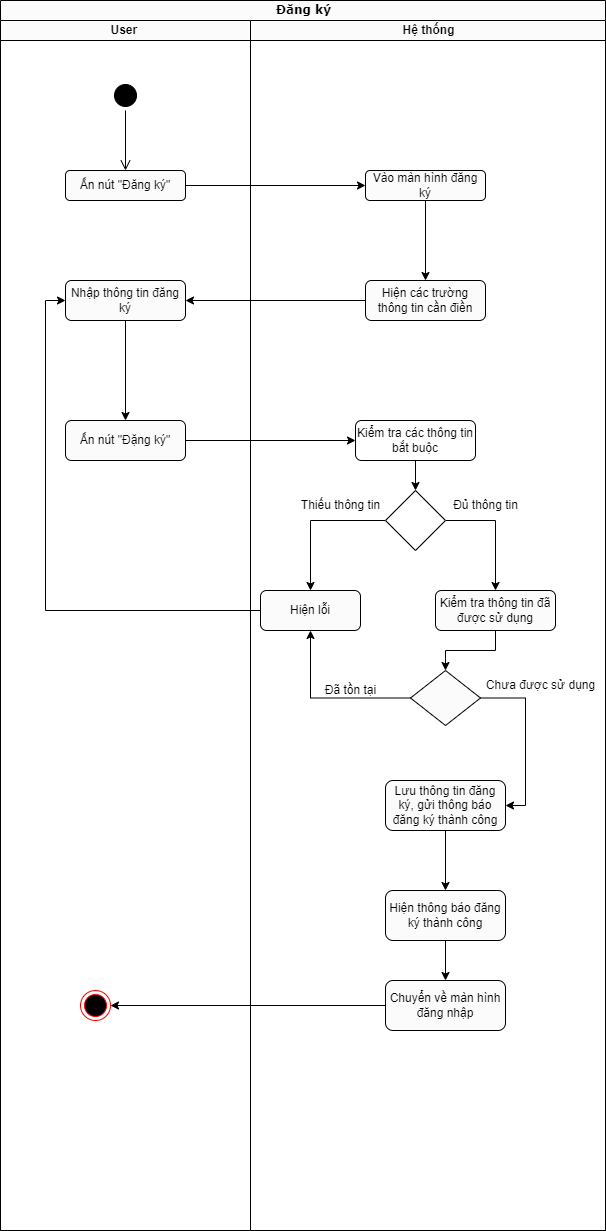
Earlier version of the draw.io export activity diagram/đăng ký.drawio.png (kienndhn/draw-io). Source tidied: cells renumbered, new cells last; positions are measured from the earlier drawing's top-left corner, leaving out a move shared by most shapes.
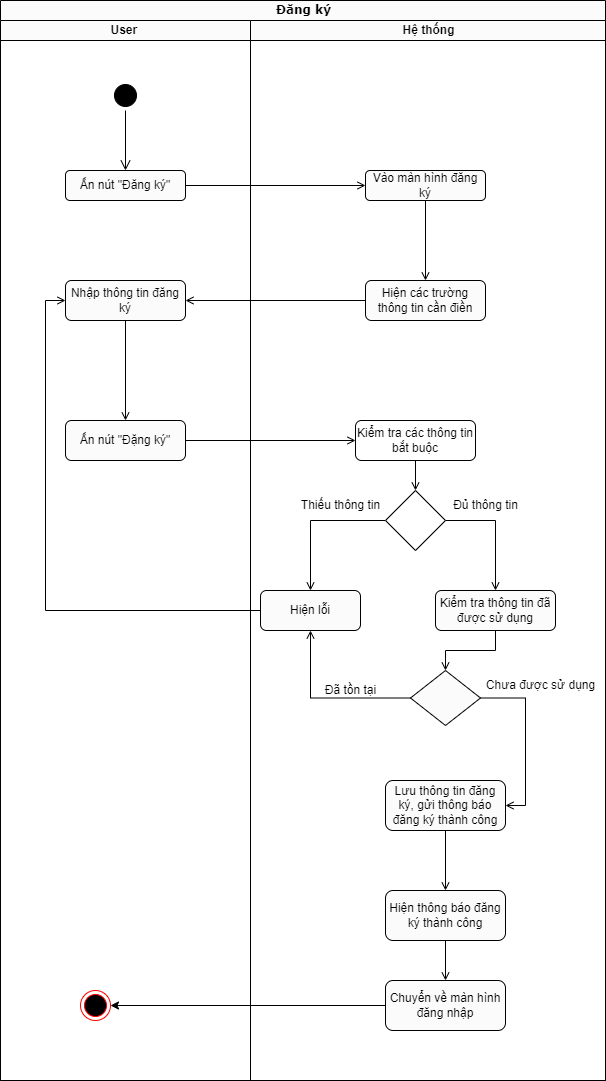
After the commit.

Diff of the diagram source:
```diff
@@ -3,10 +3,10 @@
     <mxCell id="0" />
     <mxCell id="1" parent="0" />
     <mxCell id="2" value="Đăng ký" style="swimlane;html=1;startSize=20;rounded=0;shadow=0;comic=0;labelBackgroundColor=none;strokeWidth=1;fontFamily=Verdana;fontSize=12;align=center;" parent="1" vertex="1">
-      <mxGeometry width="605" height="1230" as="geometry" />
+      <mxGeometry width="605" height="1080" as="geometry" />
     </mxCell>
     <mxCell id="3" value="User&amp;nbsp;" style="swimlane;html=1;startSize=20;" parent="2" vertex="1">
-      <mxGeometry y="20" width="250" height="1210" as="geometry" />
+      <mxGeometry y="20" width="250" height="1060" as="geometry" />
     </mxCell>
     <mxCell id="4" style="ellipse;html=1;shape=startState;fillColor=#000000;strokeColor=#000000;" parent="3" vertex="1">
       <mxGeometry x="110" y="60" width="30" height="30" as="geometry" />
@@ -19,7 +19,7 @@
     <mxCell id="6" value="Ấn nút &quot;Đăng ký&quot;" style="rounded=1;whiteSpace=wrap;html=1;" parent="3" vertex="1">
       <mxGeometry x="65" y="150" width="120" height="30" as="geometry" />
     </mxCell>
-    <mxCell id="7" style="edgeStyle=orthogonalEdgeStyle;rounded=0;jettySize=auto;html=1;entryX=0.5;entryY=0;entryDx=0;entryDy=0;strokeColor=#000000;" parent="3" edge="1" source="8" target="9">
+    <mxCell id="7" style="edgeStyle=orthogonalEdgeStyle;rounded=0;jettySize=auto;html=1;entryX=0.5;entryY=0;entryDx=0;entryDy=0;strokeColor=#000000;endArrow=open;endFill=0;" parent="3" edge="1" source="8" target="9">
       <mxGeometry relative="1" as="geometry" />
     </mxCell>
     <mxCell id="8" value="Nhập thông tin đăng ký" style="rounded=1;whiteSpace=wrap;html=1;strokeColor=#000000;" parent="3" vertex="1">
@@ -32,9 +32,9 @@
       <mxGeometry x="80" y="970" width="30" height="30" as="geometry" />
     </mxCell>
     <mxCell id="11" value="Hệ thống" style="swimlane;html=1;startSize=20;" parent="2" vertex="1">
-      <mxGeometry x="250" y="20" width="355" height="1210" as="geometry" />
+      <mxGeometry x="250" y="20" width="355" height="1060" as="geometry" />
     </mxCell>
-    <mxCell id="12" style="edgeStyle=orthogonalEdgeStyle;rounded=0;jettySize=auto;html=1;entryX=0.5;entryY=0;entryDx=0;entryDy=0;strokeColor=#000000;" parent="11" edge="1" source="13" target="14">
+    <mxCell id="12" style="edgeStyle=orthogonalEdgeStyle;rounded=0;jettySize=auto;html=1;entryX=0.5;entryY=0;entryDx=0;entryDy=0;strokeColor=#000000;endArrow=open;endFill=0;" parent="11" edge="1" source="13" target="14">
       <mxGeometry relative="1" as="geometry" />
     </mxCell>
     <mxCell id="13" value="Vào màn hình đăng ký" style="rounded=1;whiteSpace=wrap;html=1;strokeColor=#000000;" parent="11" vertex="1">
@@ -49,7 +49,7 @@
     <mxCell id="16" value="Kiểm tra thông tin đã được sử dụng" style="rounded=1;whiteSpace=wrap;html=1;strokeColor=#000000;" parent="11" vertex="1">
       <mxGeometry x="185" y="570" width="120" height="40" as="geometry" />
     </mxCell>
-    <mxCell id="17" style="edgeStyle=orthogonalEdgeStyle;rounded=0;jettySize=auto;html=1;strokeColor=#000000;" parent="11" edge="1" source="18" target="19">
+    <mxCell id="17" style="edgeStyle=orthogonalEdgeStyle;rounded=0;jettySize=auto;html=1;strokeColor=#000000;endArrow=open;endFill=0;" parent="11" edge="1" source="18" target="19">
       <mxGeometry relative="1" as="geometry" />
     </mxCell>
     <mxCell id="18" value="Hiện thông báo đăng ký thành công" style="rounded=1;whiteSpace=wrap;html=1;strokeColor=#000000;" parent="11" vertex="1">
@@ -61,31 +61,31 @@
     <mxCell id="20" style="rhombus;whiteSpace=wrap;html=1;strokeColor=#000000;" parent="11" vertex="1">
       <mxGeometry x="160" y="650" width="70" height="55" as="geometry" />
     </mxCell>
-    <mxCell id="21" style="edgeStyle=orthogonalEdgeStyle;rounded=0;jettySize=auto;html=1;entryX=0.5;entryY=0;entryDx=0;entryDy=0;strokeColor=#000000;" parent="11" edge="1" source="16" target="20">
+    <mxCell id="21" style="edgeStyle=orthogonalEdgeStyle;rounded=0;jettySize=auto;html=1;entryX=0.5;entryY=0;entryDx=0;entryDy=0;strokeColor=#000000;endArrow=open;endFill=0;" parent="11" edge="1" source="16" target="20">
       <mxGeometry relative="1" as="geometry" />
     </mxCell>
     <mxCell id="22" value="Lưu thông tin đăng ký, gửi thông báo đăng ký thành công" style="rounded=1;whiteSpace=wrap;html=1;strokeColor=#000000;" parent="11" vertex="1">
       <mxGeometry x="135" y="760" width="120" height="50" as="geometry" />
     </mxCell>
-    <mxCell id="23" style="edgeStyle=orthogonalEdgeStyle;rounded=0;jettySize=auto;html=1;strokeColor=#000000;" parent="11" edge="1" source="22" target="18">
+    <mxCell id="23" style="edgeStyle=orthogonalEdgeStyle;rounded=0;jettySize=auto;html=1;strokeColor=#000000;endArrow=open;endFill=0;" parent="11" edge="1" source="22" target="18">
       <mxGeometry relative="1" as="geometry" />
     </mxCell>
-    <mxCell id="24" style="edgeStyle=orthogonalEdgeStyle;rounded=0;jettySize=auto;html=1;entryX=1;entryY=0.5;entryDx=0;entryDy=0;strokeColor=#000000;exitX=1;exitY=0.5;exitDx=0;exitDy=0;" parent="11" edge="1" source="20" target="22">
+    <mxCell id="24" style="edgeStyle=orthogonalEdgeStyle;rounded=0;jettySize=auto;html=1;entryX=1;entryY=0.5;entryDx=0;entryDy=0;strokeColor=#000000;exitX=1;exitY=0.5;exitDx=0;exitDy=0;endArrow=open;endFill=0;" parent="11" edge="1" source="20" target="22">
       <mxGeometry relative="1" as="geometry" />
     </mxCell>
-    <mxCell id="25" style="edgeStyle=orthogonalEdgeStyle;rounded=0;jettySize=auto;html=1;entryX=0.5;entryY=1;entryDx=0;entryDy=0;strokeColor=#000000;" parent="11" edge="1" source="20" target="15">
+    <mxCell id="25" style="edgeStyle=orthogonalEdgeStyle;rounded=0;jettySize=auto;html=1;entryX=0.5;entryY=1;entryDx=0;entryDy=0;strokeColor=#000000;endArrow=open;endFill=0;" parent="11" edge="1" source="20" target="15">
       <mxGeometry relative="1" as="geometry" />
     </mxCell>
-    <mxCell id="26" style="edgeStyle=none;rounded=0;jettySize=auto;html=1;strokeColor=#000000;" parent="11" edge="1" source="27" target="30">
+    <mxCell id="26" style="edgeStyle=none;rounded=0;jettySize=auto;html=1;strokeColor=#000000;endArrow=open;endFill=0;" parent="11" edge="1" source="27" target="30">
       <mxGeometry relative="1" as="geometry" />
     </mxCell>
     <mxCell id="27" value="Kiểm tra các thông tin bắt buộc" style="rounded=1;whiteSpace=wrap;html=1;strokeColor=#000000;fillColor=#FFFFFF;" parent="11" vertex="1">
       <mxGeometry x="105" y="400" width="120" height="40" as="geometry" />
     </mxCell>
-    <mxCell id="28" style="edgeStyle=orthogonalEdgeStyle;rounded=0;jettySize=auto;html=1;entryX=0.5;entryY=0;entryDx=0;entryDy=0;strokeColor=#000000;" parent="11" edge="1" source="30" target="15">
+    <mxCell id="28" style="edgeStyle=orthogonalEdgeStyle;rounded=0;jettySize=auto;html=1;entryX=0.5;entryY=0;entryDx=0;entryDy=0;strokeColor=#000000;endArrow=open;endFill=0;" parent="11" edge="1" source="30" target="15">
       <mxGeometry relative="1" as="geometry" />
     </mxCell>
-    <mxCell id="29" style="edgeStyle=orthogonalEdgeStyle;rounded=0;jettySize=auto;html=1;entryX=0.5;entryY=0;entryDx=0;entryDy=0;strokeColor=#000000;exitX=1;exitY=0.5;exitDx=0;exitDy=0;" parent="11" edge="1" source="30" target="16">
+    <mxCell id="29" style="edgeStyle=orthogonalEdgeStyle;rounded=0;jettySize=auto;html=1;entryX=0.5;entryY=0;entryDx=0;entryDy=0;strokeColor=#000000;exitX=1;exitY=0.5;exitDx=0;exitDy=0;endArrow=open;endFill=0;" parent="11" edge="1" source="30" target="16">
       <mxGeometry relative="1" as="geometry" />
     </mxCell>
     <mxCell id="30" style="rhombus;whiteSpace=wrap;html=1;strokeColor=#000000;fillColor=#FFFFFF;" parent="11" vertex="1">
@@ -100,16 +100,16 @@
     <mxCell id="33" value="Chưa được sử dụng" style="text;html=1;align=center;verticalAlign=middle;strokeColor=none;fillColor=none;" parent="11" vertex="1">
       <mxGeometry x="225" y="650" width="130" height="30" as="geometry" />
     </mxCell>
-    <mxCell id="34" style="edgeStyle=orthogonalEdgeStyle;rounded=0;jettySize=auto;html=1;entryX=0;entryY=0.5;entryDx=0;entryDy=0;strokeColor=#000000;" parent="2" edge="1" source="6" target="13">
+    <mxCell id="34" style="edgeStyle=orthogonalEdgeStyle;rounded=0;jettySize=auto;html=1;entryX=0;entryY=0.5;entryDx=0;entryDy=0;strokeColor=#000000;endArrow=open;endFill=0;" parent="2" edge="1" source="6" target="13">
       <mxGeometry relative="1" as="geometry" />
     </mxCell>
-    <mxCell id="35" style="edgeStyle=orthogonalEdgeStyle;rounded=0;jettySize=auto;html=1;entryX=1;entryY=0.5;entryDx=0;entryDy=0;strokeColor=#000000;" parent="2" edge="1" source="14" target="8">
+    <mxCell id="35" style="edgeStyle=orthogonalEdgeStyle;rounded=0;jettySize=auto;html=1;entryX=1;entryY=0.5;entryDx=0;entryDy=0;strokeColor=#000000;endArrow=open;endFill=0;" parent="2" edge="1" source="14" target="8">
       <mxGeometry relative="1" as="geometry" />
     </mxCell>
-    <mxCell id="36" style="edgeStyle=orthogonalEdgeStyle;rounded=0;jettySize=auto;html=1;strokeColor=#000000;" parent="2" edge="1" source="9" target="27">
+    <mxCell id="36" style="edgeStyle=orthogonalEdgeStyle;rounded=0;jettySize=auto;html=1;strokeColor=#000000;endArrow=open;endFill=0;" parent="2" edge="1" source="9" target="27">
       <mxGeometry relative="1" as="geometry" />
     </mxCell>
-    <mxCell id="37" style="edgeStyle=orthogonalEdgeStyle;rounded=0;jettySize=auto;html=1;entryX=0;entryY=0.5;entryDx=0;entryDy=0;strokeColor=#000000;" parent="2" edge="1" source="15" target="8">
+    <mxCell id="37" style="edgeStyle=orthogonalEdgeStyle;rounded=0;jettySize=auto;html=1;entryX=0;entryY=0.5;entryDx=0;entryDy=0;strokeColor=#000000;endArrow=open;endFill=0;" parent="2" edge="1" source="15" target="8">
       <mxGeometry relative="1" as="geometry" />
     </mxCell>
     <mxCell id="38" style="edgeStyle=orthogonalEdgeStyle;rounded=0;jettySize=auto;html=1;entryX=1;entryY=0.5;entryDx=0;entryDy=0;strokeColor=#000000;" parent="2" edge="1" source="19" target="10">
```
